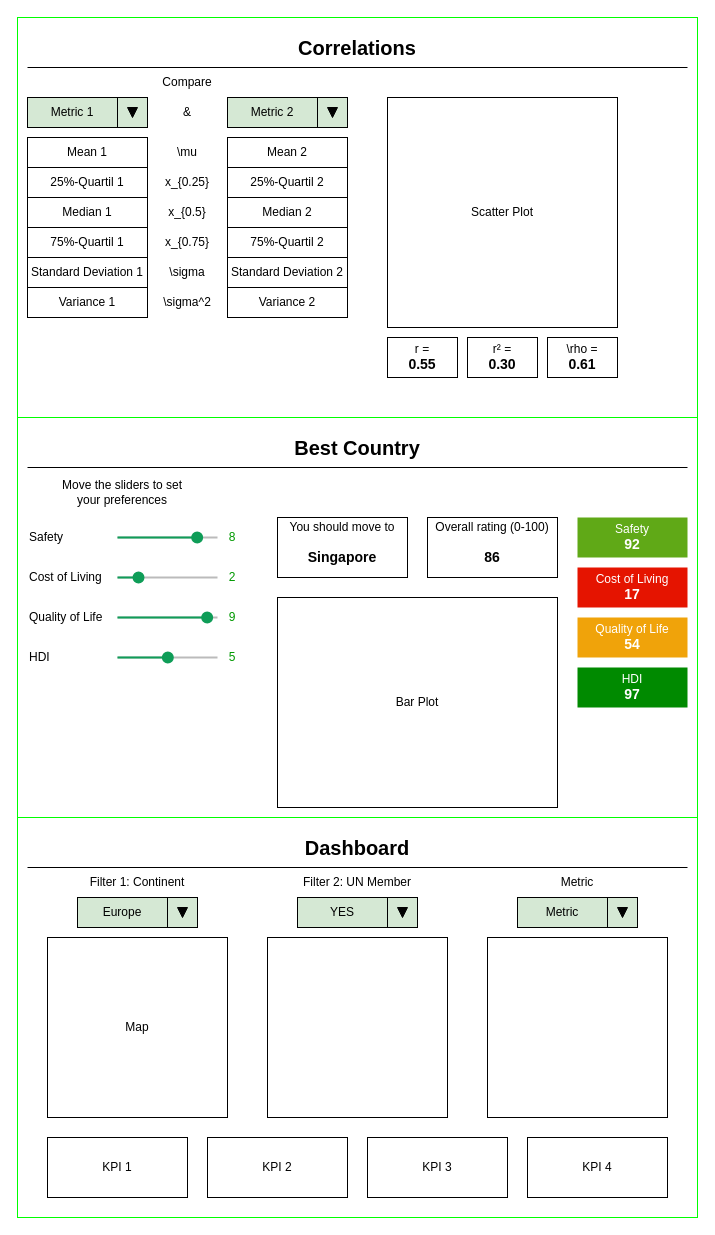
Before: Specification_Sheet.drawio in Jakob-Burkhardt/excel-countries-data-analysis, a draw.io diagram. Source tidied: cells renumbered, new cells numbered last; positions are measured from the earlier drawing's top-left corner, leaving out a move shared by most shapes. Both pictures are drawn from the tidied source at 100%, with x=0, y=0 at pixel (17, 17).
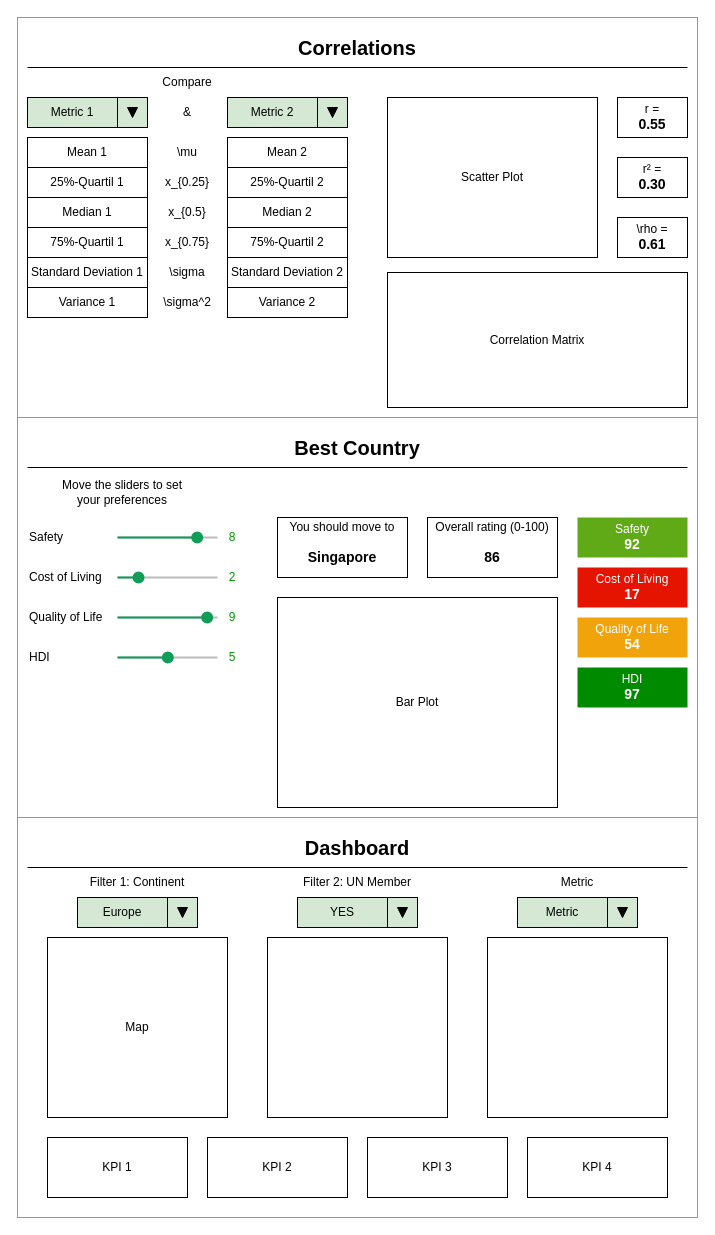
The same page after the edit.

Commit message (it also covers changes not shown here):
add new Excel-file with all data; add correlation matrix in draw.io-file

The process of merging and cleaning the data in Excels Power Query-Editor is quite time-consuming, as the datasets use slightly different names for countries (e. g. 'Czechia', 'Czech Republic' or 'Czech Rep.').

What changed in the source:
```diff
@@
-    <mxCell id="25" value="Scatter Plot" style="whiteSpace=wrap;html=1;" parent="1" vertex="1">
-      <mxGeometry x="370" y="80" width="230" height="230" as="geometry" />
-    </mxCell>
@@
     <mxCell id="78" value="r =&lt;br&gt;&lt;b&gt;&lt;font style=&quot;font-size: 14px;&quot;&gt;0.55&lt;/font&gt;&lt;/b&gt;" style="rounded=0;whiteSpace=wrap;html=1;" parent="1" vertex="1">
-      <mxGeometry x="370" y="320" width="70" height="40" as="geometry" />
+      <mxGeometry x="600" y="80" width="70" height="40" as="geometry" />
     </mxCell>
     <mxCell id="79" value="r² =&lt;br&gt;&lt;b&gt;&lt;font style=&quot;font-size: 14px;&quot;&gt;0.30&lt;/font&gt;&lt;/b&gt;" style="rounded=0;whiteSpace=wrap;html=1;" parent="1" vertex="1">
-      <mxGeometry x="450" y="320" width="70" height="40" as="geometry" />
+      <mxGeometry x="600" y="140" width="70" height="40" as="geometry" />
     </mxCell>
     <mxCell id="80" value="\rho =&lt;br&gt;&lt;b&gt;&lt;font style=&quot;font-size: 14px;&quot;&gt;0.61&lt;/font&gt;&lt;/b&gt;" style="rounded=0;whiteSpace=wrap;html=1;" parent="1" vertex="1">
-      <mxGeometry x="530" y="320" width="70" height="40" as="geometry" />
+      <mxGeometry x="600" y="200" width="70" height="40" as="geometry" />
     </mxCell>
@@
+    <mxCell id="25" value="Scatter Plot" style="rounded=0;whiteSpace=wrap;html=1;" parent="1" vertex="1">
+      <mxGeometry x="370" y="80" width="210" height="160" as="geometry" />
+    </mxCell>
+    <mxCell id="94" value="Correlation Matrix" style="rounded=0;whiteSpace=wrap;html=1;" parent="1" vertex="1">
+      <mxGeometry x="370" y="255" width="300" height="135" as="geometry" />
+    </mxCell>
```
